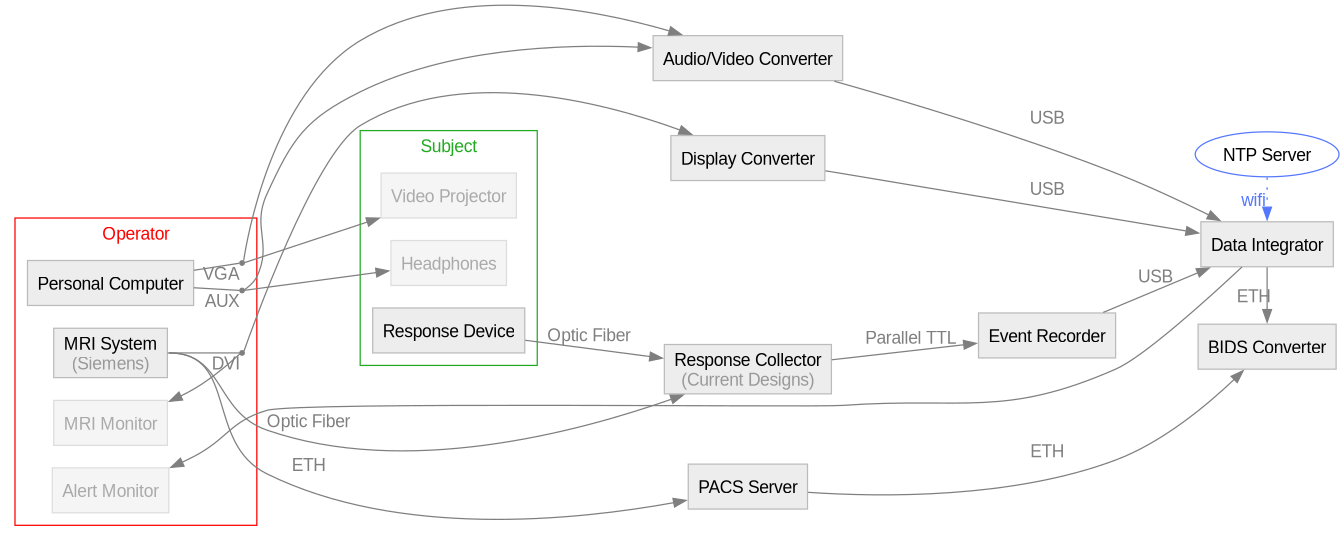
Above: docs/environment.png in ReproNim/reprostim (Graphviz), before the change. Its source is kept beside it as docs/environment.dot. Source of this version:
```dot
digraph graphname {
    size="14,8";
    graph [fontname = "sans", margin=0, splines=spline];
    rankdir="LR";
    node [fontname = "sans", style=filled];
    edge [fontname = "sans", color=gray50];
    ntp[label="NTP Server", shape=ellipse, fillcolor=white, color="#5577FF"]
    vga[shape=point, color=gray50];
    aux[shape=point, color=gray50];
    aud[label="Audio/Video Converter", shape=box, color="#BBBBBB", fillcolor=grey93];
    dis[label="Display Converter", shape=box, color="#BBBBBB", fillcolor=grey93];
    eve[label="Event Recorder", shape=box, color="#BBBBBB", fillcolor=grey93];
    dat[label="Data Integrator", shape=box, color="#BBBBBB", fillcolor=grey93];
    pac[label="PACS Server", shape=box, color="#BBBBBB", fillcolor=grey93];
    bid[label="BIDS Converter", shape=box, color="#BBBBBB", fillcolor=grey93];
    rec[label=<Response Collector<BR/><FONT COLOR="#999999">(Current Designs)</FONT>>, shape=box, color="#BBBBBB", fillcolor=grey93];
    dvi[shape=point, color=gray50]
    subgraph cluster_operator {
        label="Operator";
        fontcolor=red;
        color=red;
        margin=10;

        per[label="Personal Computer", shape=box, color="#BBBBBB", fillcolor=grey93];
        mri[label=<MRI System<BR/><FONT COLOR="#999999">(Siemens)</FONT>>, shape=box, color="#BBBBBB", fillcolor=grey93];
        mrm[label="MRI Monitor", shape=box, color="#DDDDDD", fillcolor=grey96, fontcolor="#AAAAAA"];
    mri -> dvi[headlabel="DVI", color=gray50, fontcolor=gray50, arrowhead=none, weight=100];
    per -> aux[headlabel="AUX",  color=gray50, fontcolor=gray50, arrowhead=none, weight=100];
    per -> vga[headlabel="VGA", color=gray50, fontcolor=gray50, arrowhead=none, weight=100];
        ale[label="Alert Monitor", shape=box, color="#DDDDDD", fillcolor=grey96, fontcolor="#AAAAAA"];
    }

    subgraph cluster_subject {
        label="Subject";
        fontcolor="#22AA22";
        color="#22AA22";
        margin=10;

        vid[label="Video Projector", shape=box, color="#DDDDDD", fillcolor=grey96, fontcolor="#AAAAAA"];
        hea[label="Headphones", shape=box, color="#DDDDDD", fillcolor=grey96, fontcolor="#AAAAAA"];
        res[label="Response Device", shape=box, color="#BBBBBB", fillcolor=grey93];
    }

    dvi -> mrm[constraint=false];
    vga -> vid;
    aux -> hea;
    mri:e -> rec[label="Optic Fiber", color=gray50, fontcolor=gray50, weight=3];
    res -> rec[label="Optic Fiber", color=gray50, fontcolor=gray50];
    rec -> eve[label="Parallel TTL", color=gray50, fontcolor=gray50];
    eve -> dat[label="USB", color=gray50, fontcolor=gray50];
    dvi -> dis;
    vga -> aud;
    aux -> aud;
    mri:e -> pac[label="ETH", color=gray50, fontcolor=gray50, weight=3];
    pac -> bid[label="ETH", color=gray50, fontcolor=gray50];
    dat -> bid[label="ETH", color=gray50, fontcolor=gray50];
    dis -> dat[label="USB", color=gray50, fontcolor=gray50];
    ntp -> dat[style=dotted, label="wifi", color="#5577FF", fontcolor="#5577FF"];
    aud -> dat[label="USB", color=gray50, fontcolor=gray50];
    dat -> ale[constraint=false]
    { rank=same; aud; rec; dis; pac; }
    { rank=same; ntp; dat; bid; }
}
```
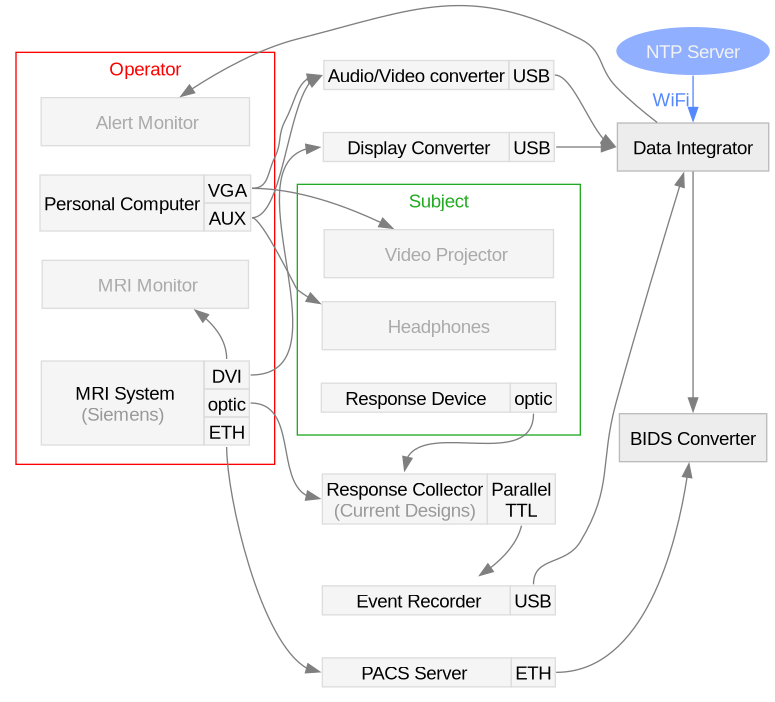
The same diagram one commit later.

Commit message:
Improved figure style

Change to the diagram source:
```diff
@@ -4,30 +4,104 @@
     rankdir="LR";
     node [fontname = "sans", style=filled];
     edge [fontname = "sans", color=gray50];
-    ntp[label="NTP Server", shape=ellipse, fillcolor=white, color="#5577FF"]
-    vga[shape=point, color=gray50];
-    aux[shape=point, color=gray50];
-    aud[label="Audio/Video Converter", shape=box, color="#BBBBBB", fillcolor=grey93];
-    dis[label="Display Converter", shape=box, color="#BBBBBB", fillcolor=grey93];
-    eve[label="Event Recorder", shape=box, color="#BBBBBB", fillcolor=grey93];
-    dat[label="Data Integrator", shape=box, color="#BBBBBB", fillcolor=grey93];
-    pac[label="PACS Server", shape=box, color="#BBBBBB", fillcolor=grey93];
+    ntp[label="NTP Server", shape=ellipse, fillcolor="#90B0FF", color=none, fontcolor=gray95]
+    aud[
+        label =<<TABLE BORDER="0" CELLBORDER="1" CELLSPACING="0" BGCOLOR="grey96">
+                <TR>
+                    <TD PORT="a">Audio/Video converter</TD>
+                    <TD PORT="usb">USB</TD>
+                </TR>
+            </TABLE>>
+            fillcolor=none;
+            shape=none;
+            color="#DDDDDD",
+    ];
+    eve[
+        label =<<TABLE BORDER="0" CELLBORDER="1" CELLSPACING="0" BGCOLOR="grey96">
+                <TR>
+                    <TD>      Event Recorder     </TD>
+                    <TD PORT="usb">USB</TD>
+                </TR>
+            </TABLE>>
+            fillcolor=none;
+            shape=none;
+            color="#DDDDDD",
+    ];
+    dat[label=" Data Integrator ", shape=box, color="#BBBBBB", fillcolor=grey93];
+    pac[
+        label =<<TABLE BORDER="0" CELLBORDER="1" CELLSPACING="0" BGCOLOR="grey96">
+                <TR>
+                    <TD PORT="a">       PACS Server        </TD>
+                    <TD PORT="eth">ETH</TD>
+                </TR>
+            </TABLE>>
+            fillcolor=none;
+            shape=none;
+            color="#DDDDDD",
+    ];
     bid[label="BIDS Converter", shape=box, color="#BBBBBB", fillcolor=grey93];
-    rec[label=<Response Collector<BR/><FONT COLOR="#999999">(Current Designs)</FONT>>, shape=box, color="#BBBBBB", fillcolor=grey93];
-    dvi[shape=point, color=gray50]
+    dis[
+        label =<<TABLE BORDER="0" CELLBORDER="1" CELLSPACING="0" BGCOLOR="grey96">
+                <TR>
+                    <TD PORT="a">    Display Converter   </TD>
+                    <TD PORT="usb">USB</TD>
+                </TR>
+            </TABLE>>
+            fillcolor=none;
+            shape=none;
+            color="#DDDDDD",
+    ];
+    rec[
+        label =<<TABLE BORDER="0" CELLBORDER="1" CELLSPACING="0" BGCOLOR="grey96">
+                <TR>
+                    <TD PORT="a">Response Collector<BR/><FONT COLOR="#999999">(Current Designs)</FONT></TD>
+                    <TD PORT="ttl">Parallel<BR/>TTL</TD>
+                </TR>
+            </TABLE>>
+            fillcolor=none;
+            shape=none;
+            color="#DDDDDD",
+    ];
     subgraph cluster_operator {
         label="Operator";
         fontcolor=red;
         color=red;
         margin=10;
 
-        per[label="Personal Computer", shape=box, color="#BBBBBB", fillcolor=grey93];
-        mri[label=<MRI System<BR/><FONT COLOR="#999999">(Siemens)</FONT>>, shape=box, color="#BBBBBB", fillcolor=grey93];
-        mrm[label="MRI Monitor", shape=box, color="#DDDDDD", fillcolor=grey96, fontcolor="#AAAAAA"];
-    mri -> dvi[headlabel="DVI", color=gray50, fontcolor=gray50, arrowhead=none, weight=100];
-    per -> aux[headlabel="AUX",  color=gray50, fontcolor=gray50, arrowhead=none, weight=100];
-    per -> vga[headlabel="VGA", color=gray50, fontcolor=gray50, arrowhead=none, weight=100];
-        ale[label="Alert Monitor", shape=box, color="#DDDDDD", fillcolor=grey96, fontcolor="#AAAAAA"];
+        per[
+            label =<<TABLE BORDER="0" CELLBORDER="1" CELLSPACING="0" BGCOLOR="grey96">
+                    <TR><TD ROWSPAN="3">Personal Computer</TD></TR>
+                    <TR>
+                        <TD PORT="vga">VGA</TD>
+                    </TR>
+                    <TR>
+                        <TD PORT="aux">AUX</TD>
+                    </TR>
+                </TABLE>>
+                fillcolor=none;
+                shape=none;
+                color="#DDDDDD",
+        ];
+
+        mrm[label="         MRI Monitor        ", shape=box, color="#DDDDDD", fillcolor=grey96, fontcolor="#AAAAAA"];
+        mri[
+            label =<<TABLE BORDER="0" CELLBORDER="1" CELLSPACING="0" BGCOLOR="grey96">
+                    <TR><TD ROWSPAN="4">      MRI System     <BR/><FONT COLOR="#999999">(Siemens)</FONT></TD></TR>
+                    <TR>
+                        <TD PORT="dvi">DVI</TD>
+                    </TR>
+                    <TR>
+                        <TD PORT="optic">optic</TD>
+                    </TR>
+                    <TR>
+                        <TD PORT="eth">ETH</TD>
+                    </TR>
+                </TABLE>>
+                fillcolor=none,
+                shape=none,
+                color="#DDDDDD",
+        ];
+        ale[label="         Alert Monitor        ", shape=box, color="#DDDDDD", fillcolor=grey96, fontcolor="#AAAAAA"];
     }
 
     subgraph cluster_subject {
@@ -36,28 +110,38 @@
         color="#22AA22";
         margin=10;
 
-        vid[label="Video Projector", shape=box, color="#DDDDDD", fillcolor=grey96, fontcolor="#AAAAAA"];
-        hea[label="Headphones", shape=box, color="#DDDDDD", fillcolor=grey96, fontcolor="#AAAAAA"];
-        res[label="Response Device", shape=box, color="#BBBBBB", fillcolor=grey93];
+        vid[label="          Video Projector       ", shape=box, color="#DDDDDD", fillcolor=grey96, fontcolor="#AAAAAA"];
+        hea[label="           Headphones           ", shape=box, color="#DDDDDD", fillcolor=grey96, fontcolor="#AAAAAA"];
+        res[
+            label =<<TABLE BORDER="0" CELLBORDER="1" CELLSPACING="0" BGCOLOR="grey96">
+                    <TR>
+                        <TD>    Response Device    </TD>
+                        <TD PORT="optic">optic</TD>
+                    </TR>
+                </TABLE>>
+                fillcolor=none;
+                shape=none;
+                color="#DDDDDD",
+        ];
     }
 
-    dvi -> mrm[constraint=false];
-    vga -> vid;
-    aux -> hea;
-    mri:e -> rec[label="Optic Fiber", color=gray50, fontcolor=gray50, weight=3];
-    res -> rec[label="Optic Fiber", color=gray50, fontcolor=gray50];
-    rec -> eve[label="Parallel TTL", color=gray50, fontcolor=gray50];
-    eve -> dat[label="USB", color=gray50, fontcolor=gray50];
-    dvi -> dis;
-    vga -> aud;
-    aux -> aud;
-    mri:e -> pac[label="ETH", color=gray50, fontcolor=gray50, weight=3];
-    pac -> bid[label="ETH", color=gray50, fontcolor=gray50];
-    dat -> bid[label="ETH", color=gray50, fontcolor=gray50];
-    dis -> dat[label="USB", color=gray50, fontcolor=gray50];
-    ntp -> dat[style=dotted, label="wifi", color="#5577FF", fontcolor="#5577FF"];
-    aud -> dat[label="USB", color=gray50, fontcolor=gray50];
-    dat -> ale[constraint=false]
-    { rank=same; aud; rec; dis; pac; }
+    mri:dvi:n -> mrm[constraint=false];
+    per:vga -> vid;
+    per:aux:e -> hea;
+    mri:optic -> rec:a;
+    res:optic -> rec:a;
+    rec:ttl -> eve;
+    eve:usb -> dat;
+    mri:dvi:e -> dis:a;
+    per:vga -> aud:a:w;
+    per:aux:e -> aud:a:w;
+    mri:eth -> pac:a;
+    pac:eth:e -> bid;
+    dat -> bid;
+    dis:usb -> dat;
+    ntp -> dat[label="WiFi   ", color="#5588FF", fontcolor="#5588FF"];
+    aud:usb -> dat:w;
+    dat -> ale;
+    { rank=same; aud; rec; dis; pac; eve}
     { rank=same; ntp; dat; bid; }
 }
```
